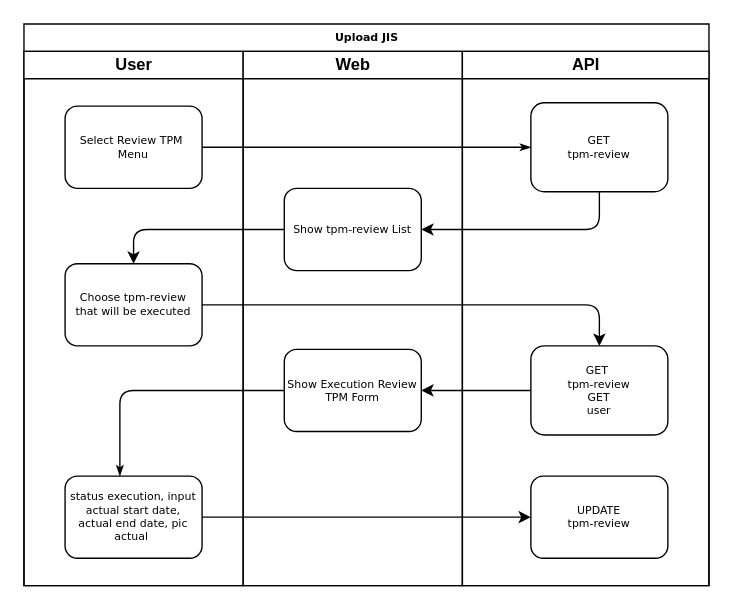
alqaj/diagrams keeps this draw.io diagram as page "Execution Review TPM" (23 of 32) of ERD/TPM System Flow.drawio. Above is the earlier version. Source tidied: cells renumbered, new cells numbered last; positions are measured from the earlier drawing's top-left corner, leaving out a move shared by most shapes. Both pictures are drawn from the tidied source at 137%, with x=0, y=0 at pixel (23, 23).
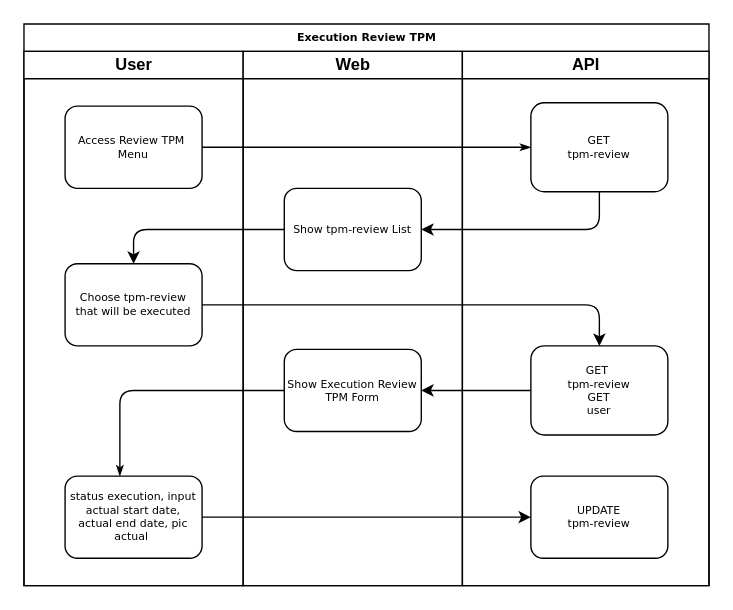
After the change.

Unchanged cells that the change refers to:
```xml
<mxCell id="3" value="User" style="swimlane;html=1;startSize=20;" parent="2" vertex="1">
  <mxGeometry y="20" width="160" height="390" as="geometry" />
</mxCell>
```

The edit, as a diff of the source:
```diff
@@
-    <mxCell id="2" value="Upload JIS" style="swimlane;html=1;startSize=20;rounded=0;shadow=0;labelBackgroundColor=none;strokeWidth=1;fontFamily=Verdana;fontSize=8;align=center;" parent="1" vertex="1">
+    <mxCell id="2" value="Execution Review TPM" style="swimlane;html=1;startSize=20;rounded=0;shadow=0;labelBackgroundColor=none;strokeWidth=1;fontFamily=Verdana;fontSize=8;align=center;" parent="1" vertex="1">
       <mxGeometry width="500" height="410" as="geometry" />
     </mxCell>
@@
-    <mxCell id="4" value="Select&amp;nbsp;Review TPM&amp;nbsp;&lt;br&gt;Menu" style="rounded=1;whiteSpace=wrap;html=1;shadow=0;labelBackgroundColor=none;strokeWidth=1;fontFamily=Verdana;fontSize=8;align=center;" parent="3" vertex="1">
+    <mxCell id="4" value="Access Review TPM&amp;nbsp;&lt;br&gt;Menu" style="rounded=1;whiteSpace=wrap;html=1;shadow=0;labelBackgroundColor=none;strokeWidth=1;fontFamily=Verdana;fontSize=8;align=center;" parent="3" vertex="1">
       <mxGeometry x="30" y="40" width="100" height="60" as="geometry" />
     </mxCell>
```
